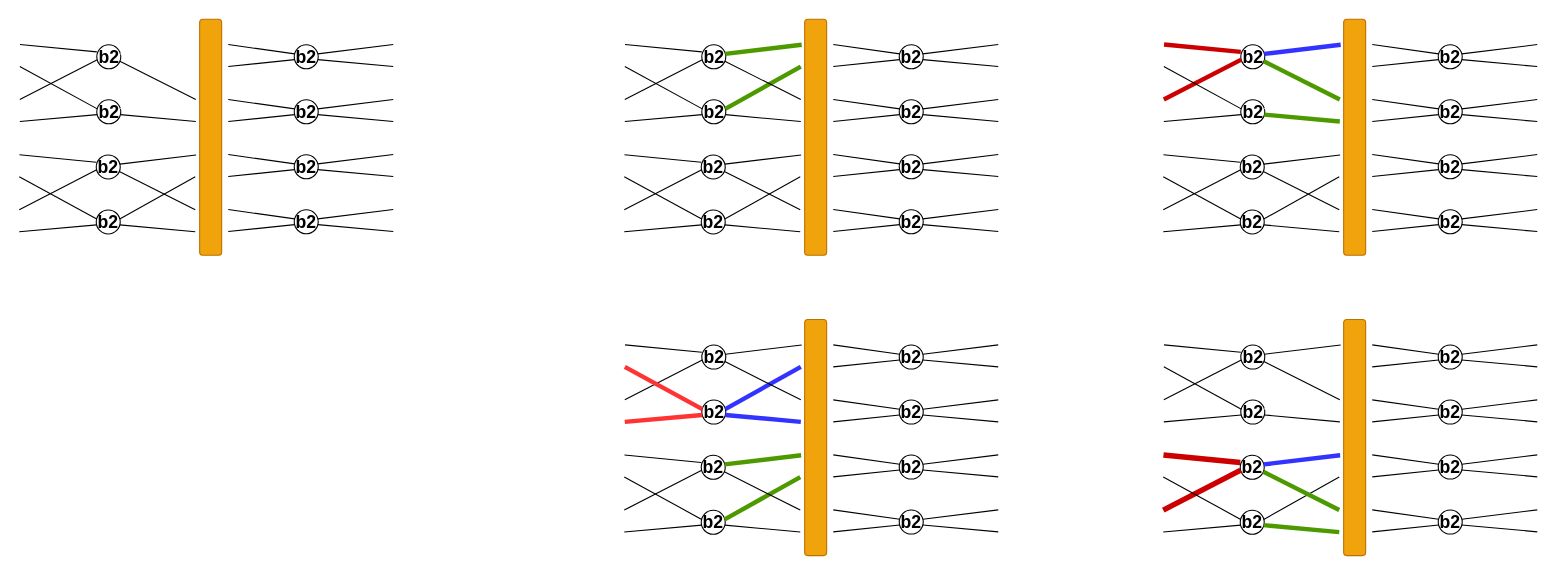
This is Plots_draw/Radix-2/FFT_stages.drawio from Chzerdalis/FFT_hardware_accelarator, a draw.io file, before an edit. Source tidied: cells renumbered, new cells numbered last; positions are measured from the earlier drawing's top-left corner, leaving out a move shared by most shapes. Both pictures are drawn from the tidied source at 110%, with x=0, y=0 at pixel (19, 19).
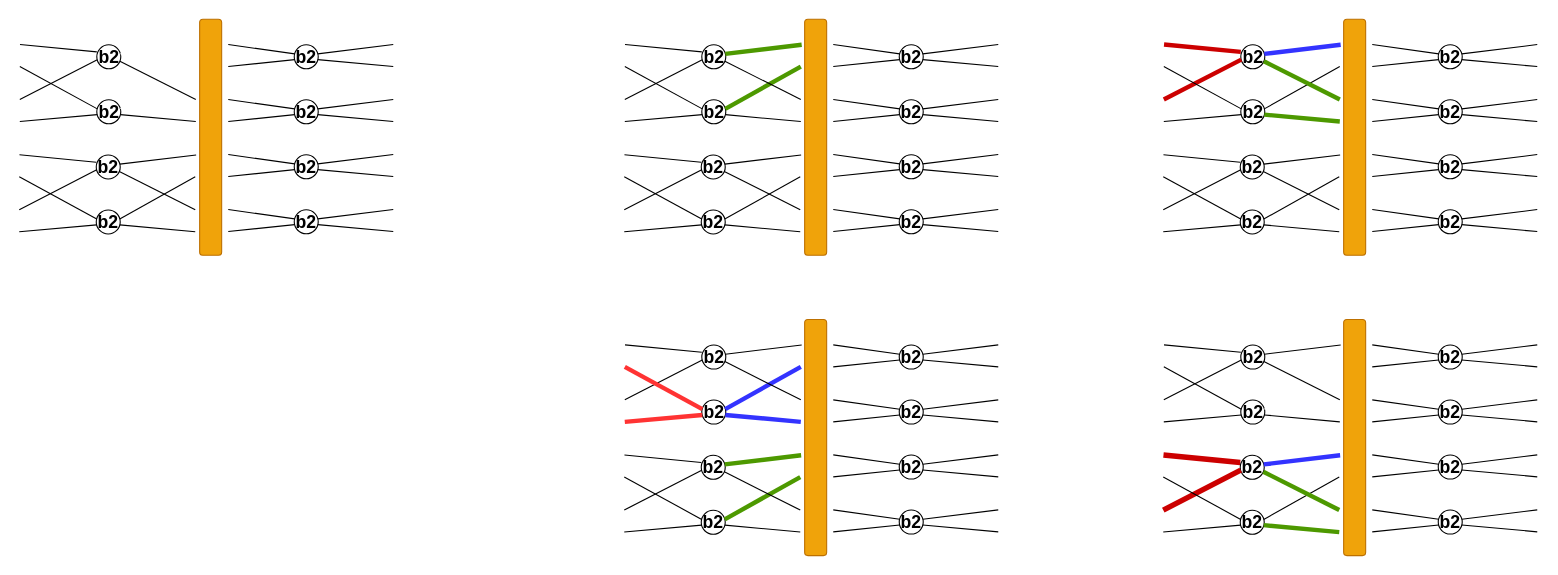
Above is the later version.

Unchanged cells that the change refers to:
```xml
<mxCell id="85" value="&lt;span style=&quot;font-size: 16px;&quot;&gt;b2&lt;/span&gt;" style="ellipse;whiteSpace=wrap;html=1;points=[[0.02,0.38,0,0,0],[0.02,0.62,0,0,0],[0.14,0.88,0,0,0],[0.18,0.12,0,0,0],[0.5,0,0,0,0],[0.5,1,0,0,0],[0.82,0.12,0,0,0],[0.82,0.88,0,0,0],[0.98,0.38,0,0,0],[0.98,0.62,0,0,0]];fontStyle=1;" parent="1" vertex="1">
  <mxGeometry x="1110.5" y="73.2" width="21.8" height="21.8" as="geometry" />
</mxCell>
```

What changed in the source:
```diff
@@
-    <mxCell id="108" style="endArrow=none;html=1;rounded=0;exitX=0.98;exitY=0.38;exitDx=0;exitDy=0;exitPerimeter=0;fontStyle=1;strokeColor=#FFFFFF;strokeWidth=1;" parent="1" edge="1" source="85">
+    <mxCell id="108" style="endArrow=none;html=1;rounded=0;exitX=0.98;exitY=0.38;exitDx=0;exitDy=0;exitPerimeter=0;fontStyle=1;strokeColor=#000000;strokeWidth=1;" parent="1" edge="1" source="85">
       <mxGeometry relative="1" as="geometry">
         <mxPoint x="1200.5" y="43" as="targetPoint" />
       </mxGeometry>
     </mxCell>
```
